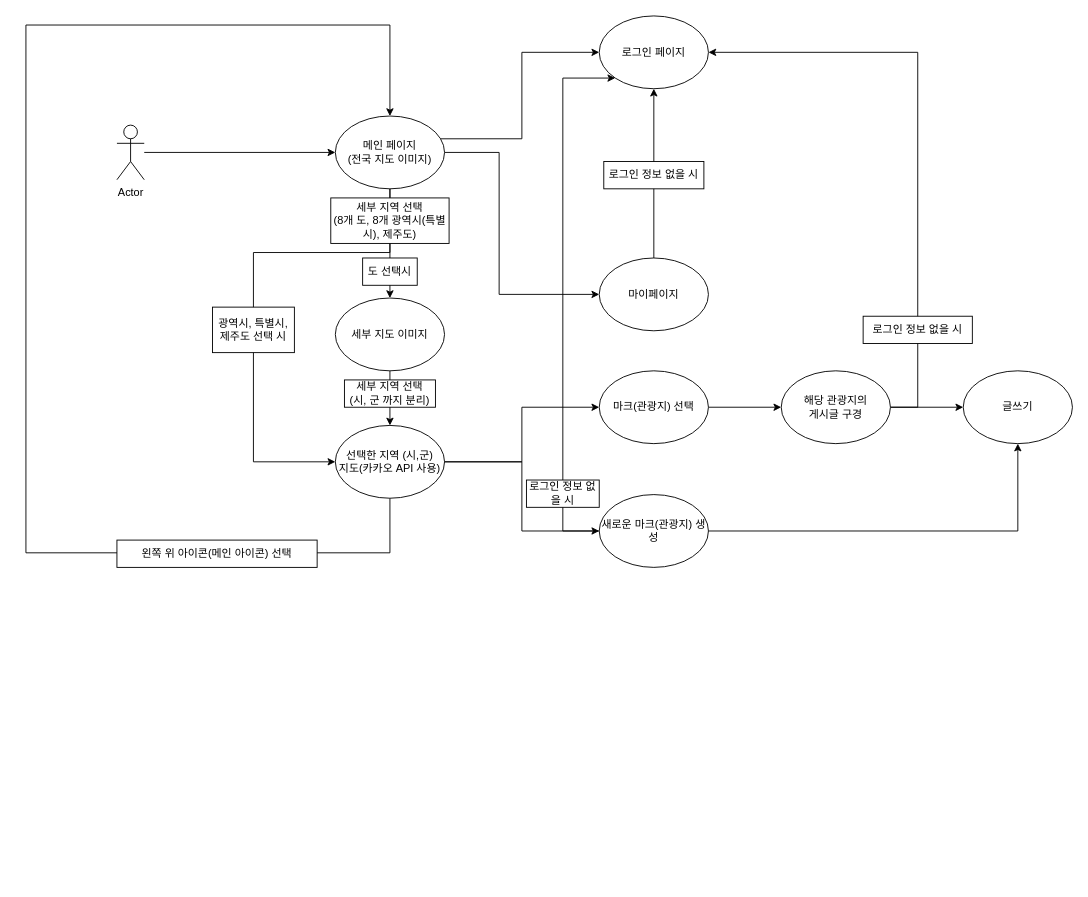
Earlier version of the draw.io diagram diagram/usecase.drawio (super-step/humi53.github.io). Source tidied: cells renumbered, new cells numbered last; positions are measured from the earlier drawing's top-left corner, leaving out a move shared by most shapes. Both pictures are drawn from the tidied source at 91%, with x=0, y=0 at pixel (25, 15).
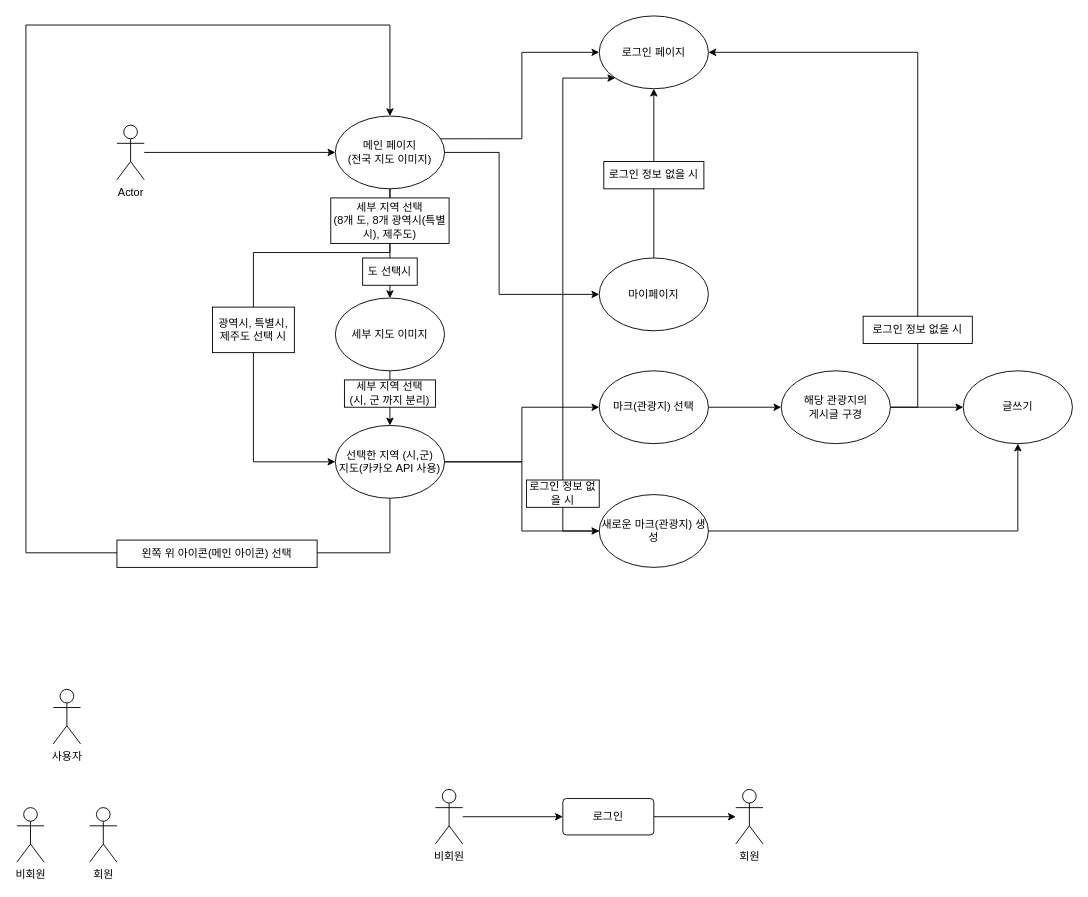
The same diagram, later.

What changed in the source:
```diff
@@
+    <mxCell id="35" value="비회원" style="shape=umlActor;verticalLabelPosition=bottom;verticalAlign=top;html=1;" parent="1" vertex="1">
+      <mxGeometry x="-10" y="870" width="30" height="60" as="geometry" />
+    </mxCell>
+    <mxCell id="36" value="사용자" style="shape=umlActor;verticalLabelPosition=bottom;verticalAlign=top;html=1;" parent="1" vertex="1">
+      <mxGeometry x="30" y="740" width="30" height="60" as="geometry" />
+    </mxCell>
+    <mxCell id="37" value="회원" style="shape=umlActor;verticalLabelPosition=bottom;verticalAlign=top;html=1;" parent="1" vertex="1">
+      <mxGeometry x="70" y="870" width="30" height="60" as="geometry" />
+    </mxCell>
+    <mxCell id="38" value="회원" style="shape=umlActor;verticalLabelPosition=bottom;verticalAlign=top;html=1;outlineConnect=0;" parent="1" vertex="1">
+      <mxGeometry x="780" y="850" width="30" height="60" as="geometry" />
+    </mxCell>
+    <mxCell id="39" style="edgeStyle=orthogonalEdgeStyle;rounded=0;jettySize=auto;html=1;" parent="1" edge="1" source="40" target="38">
+      <mxGeometry relative="1" as="geometry" />
+    </mxCell>
+    <mxCell id="40" value="로그인" style="rounded=1;arcSize=10;whiteSpace=wrap;html=1;align=center;" parent="1" vertex="1">
+      <mxGeometry x="590" y="860" width="100" height="40" as="geometry" />
+    </mxCell>
+    <mxCell id="41" style="edgeStyle=orthogonalEdgeStyle;rounded=0;jettySize=auto;html=1;" parent="1" edge="1" source="42" target="40">
+      <mxGeometry relative="1" as="geometry" />
+    </mxCell>
+    <mxCell id="42" value="비회원" style="shape=umlActor;verticalLabelPosition=bottom;verticalAlign=top;html=1;outlineConnect=0;" parent="1" vertex="1">
+      <mxGeometry x="450" y="850" width="30" height="60" as="geometry" />
+    </mxCell>
```
